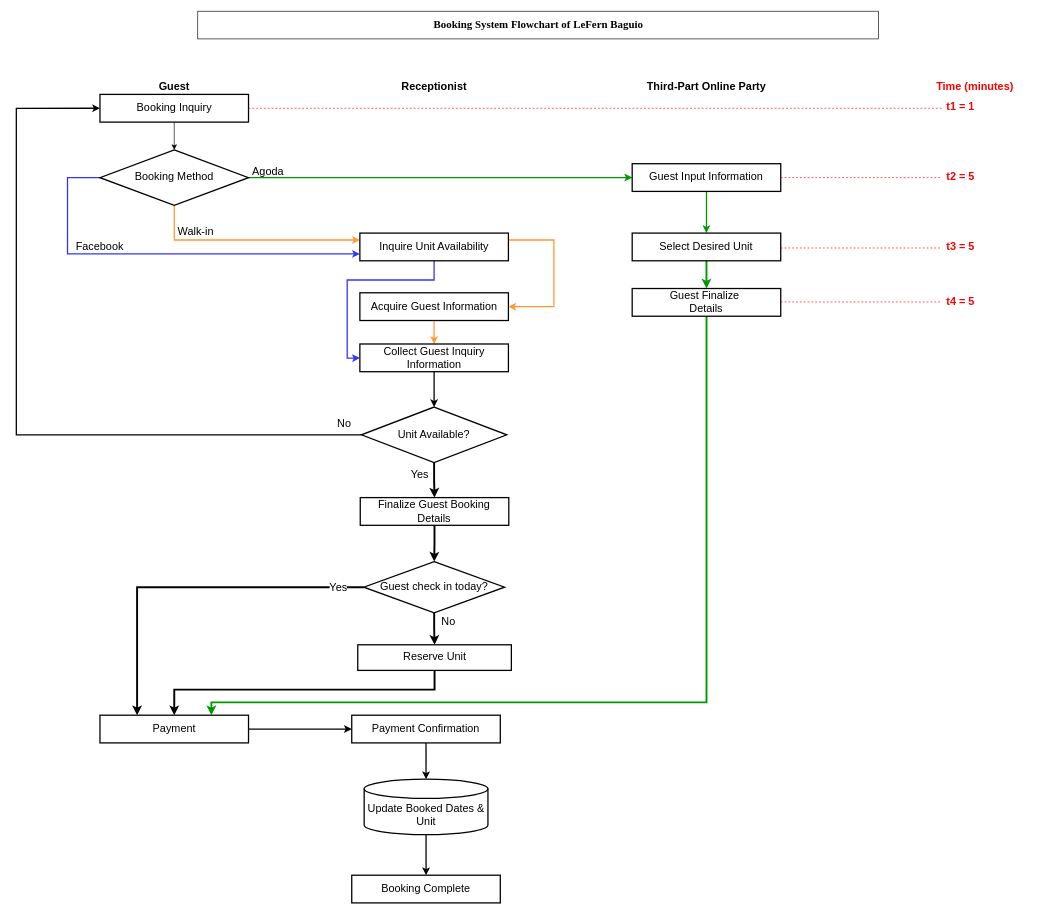
The draw.io diagram CC13/LeFernSystemFlowchartUpdated.drawio in doyaoencab/draw.io, before the edit. Source tidied: cells renumbered, new cells numbered last; positions are measured from the earlier drawing's top-left corner, leaving out a move shared by most shapes. Both pictures are drawn from the tidied source at 64%, with x=0, y=0 at pixel (16, 11).
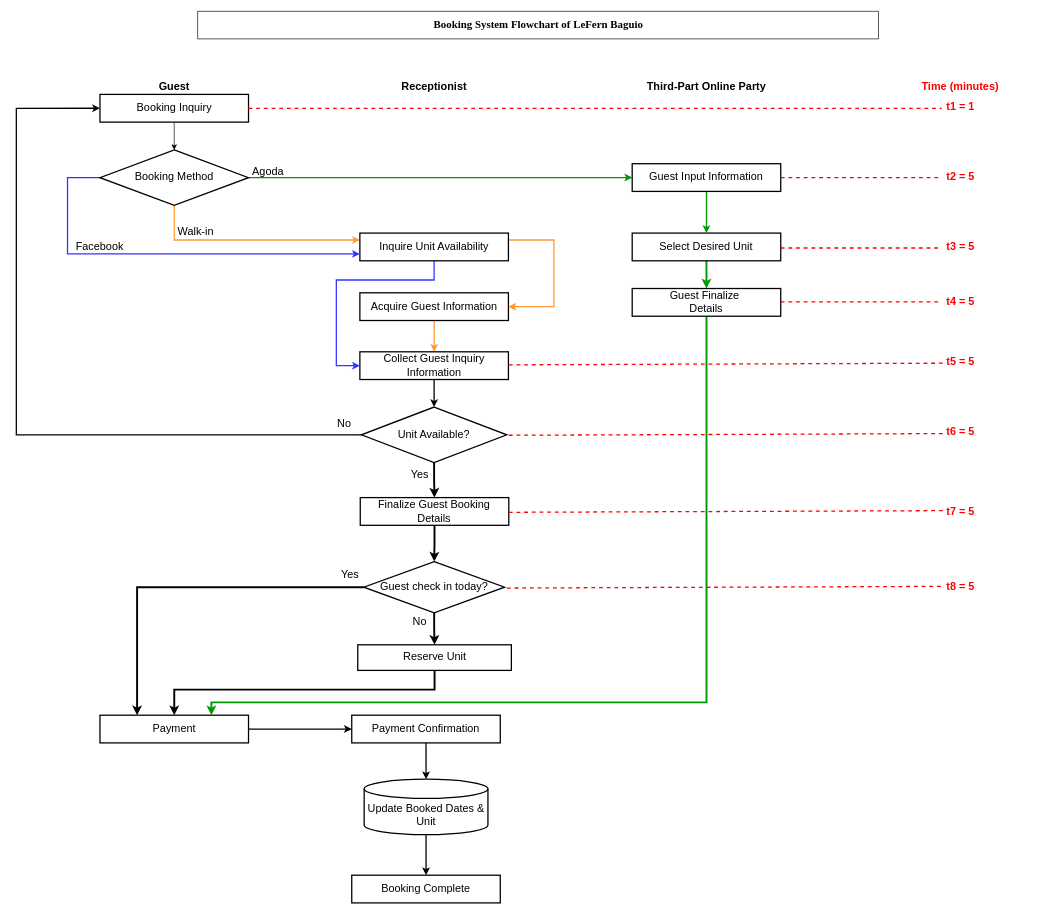
Above is the later version.

The change refers to these unchanged cells:
```xml
<mxCell id="3" value="Payment" style="whiteSpace=wrap;html=1;fontSize=17;strokeWidth=2;" parent="1" vertex="1">
  <mxGeometry x="130.7" y="1100" width="232.1" height="43.3" as="geometry" />
</mxCell>
<mxCell id="15" value="Booking Inquiry" style="whiteSpace=wrap;html=1;fontSize=17;strokeWidth=2;" parent="1" vertex="1">
  <mxGeometry x="130.7" y="130" width="232.1" height="43.3" as="geometry" />
</mxCell>
<mxCell id="19" value="Booking Method" style="rhombus;whiteSpace=wrap;html=1;fontSize=17;strokeWidth=2;" parent="1" vertex="1">
  <mxGeometry x="130.7" y="216.7" width="232.1" height="86.7" as="geometry" />
</mxCell>
<mxCell id="21" value="Guest Input Information" style="whiteSpace=wrap;html=1;fontSize=17;strokeWidth=2;" parent="1" vertex="1">
  <mxGeometry x="962.3" y="238.3" width="232.1" height="43.3" as="geometry" />
</mxCell>
<mxCell id="25" value="Guest Finalize&amp;nbsp;&lt;div&gt;Details&lt;/div&gt;" style="whiteSpace=wrap;html=1;fontSize=17;strokeWidth=2;" parent="1" vertex="1">
  <mxGeometry x="962.3" y="433.3" width="232.1" height="43.3" as="geometry" />
</mxCell>
<mxCell id="30" value="Acquire Guest Information" style="whiteSpace=wrap;html=1;fontSize=17;strokeWidth=2;" parent="1" vertex="1">
  <mxGeometry x="536.8" y="440" width="232.1" height="43.3" as="geometry" />
</mxCell>
<mxCell id="35" value="Inquire Unit Availability" style="whiteSpace=wrap;html=1;fontSize=17;strokeWidth=2;" parent="1" vertex="1">
  <mxGeometry x="536.8" y="346.7" width="232.1" height="43.3" as="geometry" />
</mxCell>
<mxCell id="38" value="Unit Available?" style="rhombus;whiteSpace=wrap;html=1;fontSize=17;strokeWidth=2;" parent="1" vertex="1">
  <mxGeometry x="539.2" y="618.5" width="227.2" height="86.7" as="geometry" />
</mxCell>
<mxCell id="44" style="edgeStyle=orthogonalEdgeStyle;rounded=0;jettySize=auto;html=1;entryX=0.25;entryY=0;entryDx=0;entryDy=0;fontSize=17;strokeWidth=3;" parent="1" edge="1" source="47" target="3">
  <mxGeometry relative="1" as="geometry" />
</mxCell>
```

Diff of the diagram source:
```diff
@@
     <mxCell id="11" value="&lt;b&gt;&lt;font style=&quot;color: light-dark(rgb(255, 0, 0), rgb(237, 237, 237));&quot;&gt;Time (minutes)&lt;/font&gt;&lt;/b&gt;" style="whiteSpace=wrap;html=1;strokeColor=none;fillColor=none;fontSize=17;" parent="1" vertex="1">
-      <mxGeometry x="1381.9" y="108.3" width="232.1" height="21.7" as="geometry" />
+      <mxGeometry x="1358.6" y="108.3" width="232.1" height="21.7" as="geometry" />
     </mxCell>
@@
-    <mxCell id="17" style="edgeStyle=orthogonalEdgeStyle;rounded=0;jettySize=auto;html=1;entryX=0;entryY=0.75;entryDx=0;entryDy=0;strokeColor=#3333FF;strokeWidth=2;" parent="1" edge="1" source="19" target="35">
+    <mxCell id="17" style="edgeStyle=orthogonalEdgeStyle;rounded=0;jettySize=auto;html=1;entryX=0;entryY=0.75;entryDx=0;entryDy=0;strokeColor=#3333FF;strokeWidth=2;fontSize=17;" parent="1" edge="1" source="19" target="35">
       <mxGeometry relative="1" as="geometry">
         <Array as="points">
           <mxPoint x="80" y="260" />
           <mxPoint x="80" y="379" />
         </Array>
       </mxGeometry>
     </mxCell>
-    <mxCell id="18" style="edgeStyle=orthogonalEdgeStyle;rounded=0;jettySize=auto;html=1;entryX=0;entryY=0.25;entryDx=0;entryDy=0;strokeColor=light-dark(#FF9933,#EDEDED);strokeWidth=2;" parent="1" edge="1" source="19" target="35">
+    <mxCell id="18" style="edgeStyle=orthogonalEdgeStyle;rounded=0;jettySize=auto;html=1;entryX=0;entryY=0.25;entryDx=0;entryDy=0;strokeColor=light-dark(#FF9933,#EDEDED);strokeWidth=2;fontSize=17;" parent="1" edge="1" source="19" target="35">
       <mxGeometry relative="1" as="geometry">
         <Array as="points">
           <mxPoint x="247" y="357" />
         </Array>
       </mxGeometry>
     </mxCell>
@@
-    <mxCell id="24" style="edgeStyle=orthogonalEdgeStyle;rounded=0;jettySize=auto;html=1;entryX=0.75;entryY=0;entryDx=0;entryDy=0;strokeWidth=3;strokeColor=#009900;" parent="1" edge="1" source="25" target="3">
+    <mxCell id="24" style="edgeStyle=orthogonalEdgeStyle;rounded=0;jettySize=auto;html=1;entryX=0.75;entryY=0;entryDx=0;entryDy=0;strokeWidth=3;strokeColor=#009900;fontSize=17;" parent="1" edge="1" source="25" target="3">
       <mxGeometry relative="1" as="geometry">
         <Array as="points">
           <mxPoint x="1078" y="1080" />
           <mxPoint x="305" y="1080" />
         </Array>
       </mxGeometry>
     </mxCell>
@@
     <mxCell id="32" value="Collect Guest Inquiry Information" style="whiteSpace=wrap;html=1;fontSize=17;strokeWidth=2;" parent="1" vertex="1">
-      <mxGeometry x="536.8" y="520" width="232.1" height="43.3" as="geometry" />
+      <mxGeometry x="536.8" y="532.2" width="232.1" height="43.3" as="geometry" />
     </mxCell>
-    <mxCell id="33" style="edgeStyle=orthogonalEdgeStyle;rounded=0;jettySize=auto;html=1;entryX=0;entryY=0.5;entryDx=0;entryDy=0;strokeWidth=2;strokeColor=#3333FF;" parent="1" edge="1" source="35" target="32">
+    <mxCell id="33" style="edgeStyle=orthogonalEdgeStyle;rounded=0;jettySize=auto;html=1;entryX=0;entryY=0.5;entryDx=0;entryDy=0;strokeWidth=2;strokeColor=#3333FF;fontSize=17;" parent="1" edge="1" source="35" target="32">
       <mxGeometry relative="1" as="geometry">
         <Array as="points">
           <mxPoint x="653" y="420" />
-          <mxPoint x="517" y="420" />
-          <mxPoint x="517" y="542" />
-          <mxPoint x="530" y="542" />
+          <mxPoint x="500" y="420" />
+          <mxPoint x="500" y="554" />
         </Array>
       </mxGeometry>
     </mxCell>
-    <mxCell id="34" style="edgeStyle=orthogonalEdgeStyle;rounded=0;jettySize=auto;html=1;exitX=1;exitY=0.25;exitDx=0;exitDy=0;entryX=1;entryY=0.5;entryDx=0;entryDy=0;strokeColor=light-dark(#FF9933,#EDEDED);strokeWidth=2;" parent="1" edge="1" source="35" target="30">
+    <mxCell id="34" style="edgeStyle=orthogonalEdgeStyle;rounded=0;jettySize=auto;html=1;exitX=1;exitY=0.25;exitDx=0;exitDy=0;entryX=1;entryY=0.5;entryDx=0;entryDy=0;strokeColor=light-dark(#FF9933,#EDEDED);strokeWidth=2;fontSize=17;" parent="1" edge="1" source="35" target="30">
       <mxGeometry relative="1" as="geometry">
         <Array as="points">
           <mxPoint x="840" y="358" />
           <mxPoint x="840" y="462" />
         </Array>
       </mxGeometry>
     </mxCell>
@@
-    <mxCell id="37" style="edgeStyle=orthogonalEdgeStyle;rounded=0;jettySize=auto;html=1;entryX=0;entryY=0.5;entryDx=0;entryDy=0;strokeWidth=2;" parent="1" edge="1" source="38" target="15">
+    <mxCell id="37" style="edgeStyle=orthogonalEdgeStyle;rounded=0;jettySize=auto;html=1;entryX=0;entryY=0.5;entryDx=0;entryDy=0;strokeWidth=2;fontSize=17;" parent="1" edge="1" source="38" target="15">
       <mxGeometry relative="1" as="geometry">
         <Array as="points">
           <mxPoint y="661" />
           <mxPoint y="152" />
         </Array>
       </mxGeometry>
     </mxCell>
@@
-    <mxCell id="42" style="endArrow=none;dashed=1;html=1;rounded=0;strokeColor=#FF0000;fontSize=17;" parent="1" edge="1">
+    <mxCell id="42" style="endArrow=none;dashed=1;html=1;rounded=0;strokeColor=#FF0000;fontSize=17;strokeWidth=2;" parent="1" edge="1">
       <mxGeometry relative="1" as="geometry">
         <mxPoint x="362.8" y="151.7" as="sourcePoint" />
         <mxPoint x="1445.8" y="151.7" as="targetPoint" />
       </mxGeometry>
     </mxCell>
@@
     <mxCell id="45" value="Yes" style="edgeLabel;html=1;align=center;verticalAlign=middle;fontSize=17;" parent="44" vertex="1">
       <mxGeometry x="-0.59" y="1" relative="1" as="geometry">
-        <mxPoint x="74" y="-1" as="offset" />
+        <mxPoint x="92" y="-21" as="offset" />
       </mxGeometry>
     </mxCell>
@@
     <mxCell id="50" value="No" style="text;html=1;align=center;verticalAlign=middle;strokeColor=none;fillColor=none;fontSize=17;" parent="1" vertex="1">
-      <mxGeometry x="650" y="940" width="50" height="30" as="geometry" />
+      <mxGeometry x="605" y="940" width="50" height="30" as="geometry" />
     </mxCell>
-    <mxCell id="51" style="endArrow=none;dashed=1;html=1;rounded=0;exitX=1;exitY=0.5;exitDx=0;exitDy=0;fontColor=#FF0000;strokeColor=light-dark(#ff0000, #ededed);" parent="1" edge="1" source="21">
+    <mxCell id="51" style="endArrow=none;dashed=1;html=1;rounded=0;exitX=1;exitY=0.5;exitDx=0;exitDy=0;fontColor=#FF0000;strokeColor=light-dark(#ff0000, #ededed);fontSize=17;strokeWidth=2;" parent="1" edge="1" source="21">
       <mxGeometry relative="1" as="geometry">
         <mxPoint x="1444" y="260" as="targetPoint" />
       </mxGeometry>
     </mxCell>
@@
-    <mxCell id="53" style="endArrow=none;dashed=1;html=1;rounded=0;exitX=1;exitY=0.5;exitDx=0;exitDy=0;fontColor=#FF0000;strokeColor=light-dark(#ff0000, #ededed);" parent="1" edge="1">
+    <mxCell id="53" style="endArrow=none;dashed=1;html=1;rounded=0;exitX=1;exitY=0.5;exitDx=0;exitDy=0;fontColor=#FF0000;strokeColor=light-dark(#ff0000, #ededed);fontSize=17;strokeWidth=2;" parent="1" edge="1">
       <mxGeometry relative="1" as="geometry">
         <mxPoint x="1194.3" y="370" as="sourcePoint" />
         <mxPoint x="1444.3" y="370" as="targetPoint" />
       </mxGeometry>
     </mxCell>
@@
-    <mxCell id="56" style="endArrow=none;dashed=1;html=1;rounded=0;exitX=1;exitY=0.5;exitDx=0;exitDy=0;fontColor=#FF0000;strokeColor=light-dark(#ff0000, #ededed);" parent="1" edge="1">
+    <mxCell id="56" style="endArrow=none;dashed=1;html=1;rounded=0;exitX=1;exitY=0.5;exitDx=0;exitDy=0;fontColor=#FF0000;strokeColor=light-dark(#ff0000, #ededed);fontSize=17;strokeWidth=2;" parent="1" edge="1">
       <mxGeometry relative="1" as="geometry">
         <mxPoint x="1194.3" y="454.3" as="sourcePoint" />
         <mxPoint x="1444.3" y="454.3" as="targetPoint" />
       </mxGeometry>
     </mxCell>
@@
+    <mxCell id="58" style="endArrow=none;dashed=1;html=1;rounded=0;exitX=1;exitY=0.5;exitDx=0;exitDy=0;fontColor=#FF0000;strokeColor=light-dark(#ff0000, #ededed);fontSize=17;strokeWidth=2;" parent="1" edge="1">
+      <mxGeometry relative="1" as="geometry">
+        <mxPoint x="769.5" y="552.6" as="sourcePoint" />
+        <mxPoint x="1450" y="550" as="targetPoint" />
+      </mxGeometry>
+    </mxCell>
+    <mxCell id="59" value="&lt;b&gt;t5 = 5&lt;/b&gt;" style="text;html=1;align=center;verticalAlign=middle;strokeColor=none;fillColor=none;fontColor=#FF0000;fontSize=17;" parent="1" vertex="1">
+      <mxGeometry x="1439.6" y="532.8" width="70" height="30" as="geometry" />
+    </mxCell>
+    <mxCell id="60" style="endArrow=none;dashed=1;html=1;rounded=0;exitX=1;exitY=0.5;exitDx=0;exitDy=0;fontColor=#FF0000;strokeColor=light-dark(#ff0000, #ededed);fontSize=17;strokeWidth=2;" parent="1" edge="1">
+      <mxGeometry relative="1" as="geometry">
+        <mxPoint x="769.5" y="662.6" as="sourcePoint" />
+        <mxPoint x="1450" y="660" as="targetPoint" />
+      </mxGeometry>
+    </mxCell>
+    <mxCell id="61" value="&lt;b&gt;t6 = 5&lt;/b&gt;" style="text;html=1;align=center;verticalAlign=middle;strokeColor=none;fillColor=none;fontColor=#FF0000;fontSize=17;" parent="1" vertex="1">
+      <mxGeometry x="1439.6" y="643" width="70" height="30" as="geometry" />
+    </mxCell>
+    <mxCell id="62" style="endArrow=none;dashed=1;html=1;rounded=0;exitX=1;exitY=0.5;exitDx=0;exitDy=0;fontColor=#FF0000;strokeColor=light-dark(#ff0000, #ededed);fontSize=17;strokeWidth=2;" parent="1" edge="1">
+      <mxGeometry relative="1" as="geometry">
+        <mxPoint x="769.5" y="783" as="sourcePoint" />
+        <mxPoint x="1450" y="780.4" as="targetPoint" />
+      </mxGeometry>
+    </mxCell>
+    <mxCell id="63" value="&lt;b&gt;t7 = 5&lt;/b&gt;" style="text;html=1;align=center;verticalAlign=middle;strokeColor=none;fillColor=none;fontColor=#FF0000;fontSize=17;" parent="1" vertex="1">
+      <mxGeometry x="1439.6" y="766.7" width="70" height="30" as="geometry" />
+    </mxCell>
+    <mxCell id="64" style="endArrow=none;dashed=1;html=1;rounded=0;exitX=1;exitY=0.5;exitDx=0;exitDy=0;fontColor=#FF0000;strokeColor=light-dark(#ff0000, #ededed);fontSize=17;strokeWidth=2;" parent="1" edge="1">
+      <mxGeometry relative="1" as="geometry">
+        <mxPoint x="766.5" y="901.3" as="sourcePoint" />
+        <mxPoint x="1447" y="898.7" as="targetPoint" />
+      </mxGeometry>
+    </mxCell>
+    <mxCell id="65" value="&lt;b&gt;t8 = 5&lt;/b&gt;" style="text;html=1;align=center;verticalAlign=middle;strokeColor=none;fillColor=none;fontColor=#FF0000;fontSize=17;" parent="1" vertex="1">
+      <mxGeometry x="1439.6" y="885" width="70" height="30" as="geometry" />
+    </mxCell>
```
